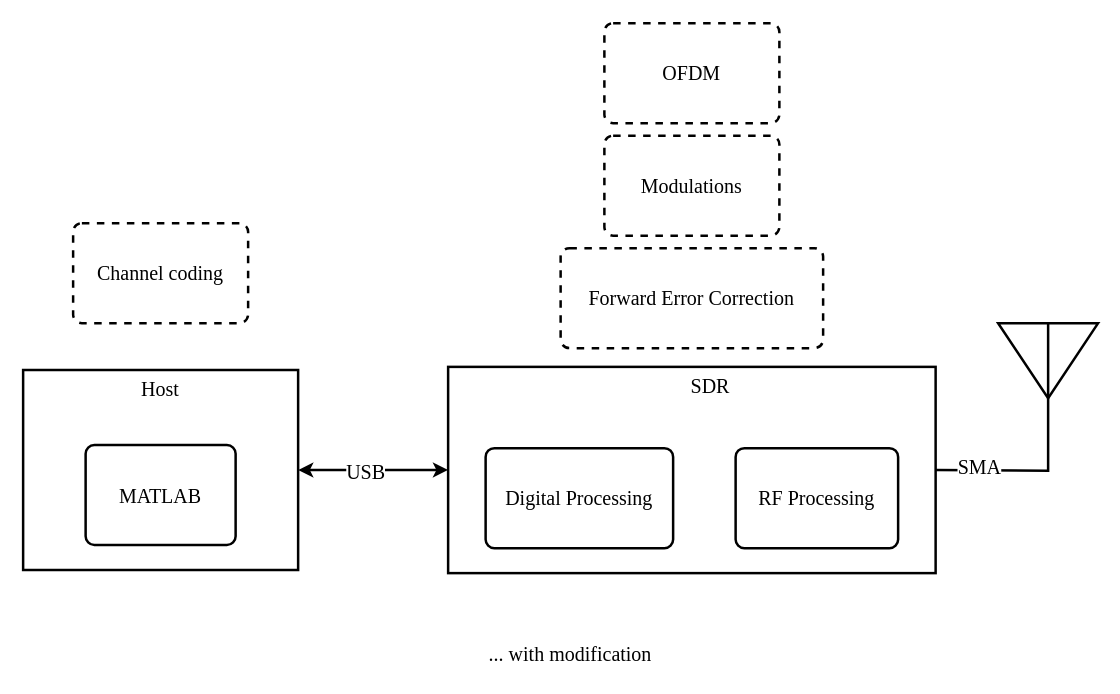
Before: page "Scheme" (4 of 5) of mod.drawio in troders34/research, a draw.io diagram. Source tidied: cells renumbered, new cells numbered last; positions are measured from the earlier drawing's top-left corner, leaving out a move shared by most shapes. Both pictures are drawn from the tidied source at 125%, with x=0, y=0 at pixel (22, 22).
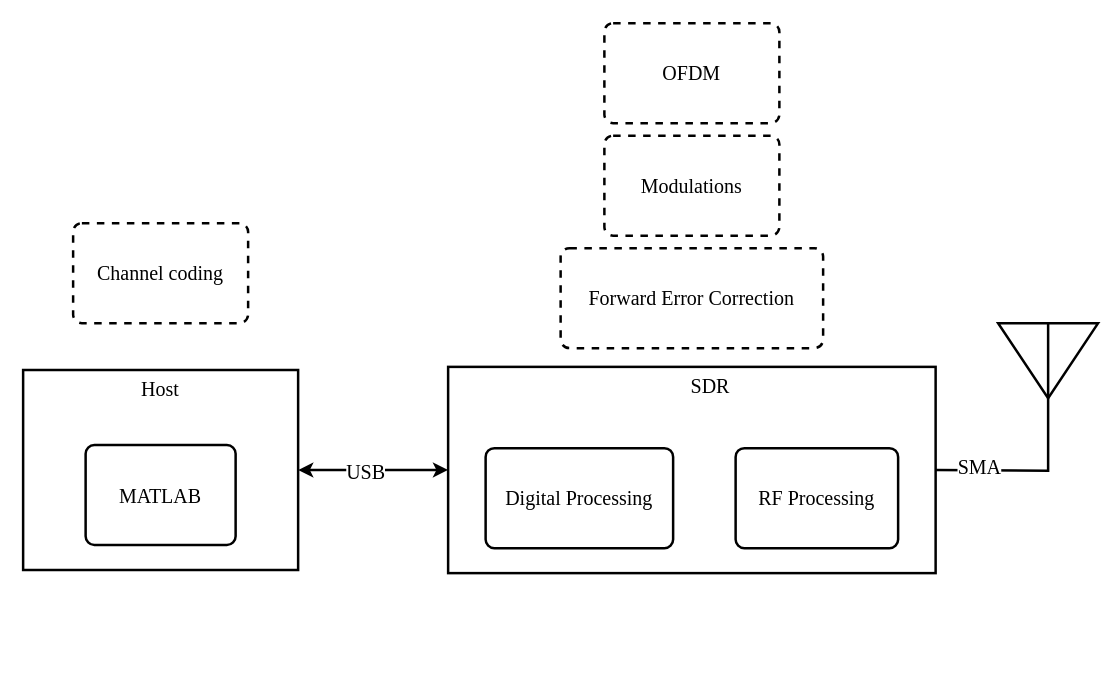
The same diagram, later.

The edit, as a diff of the source:
```diff
@@
-    <mxCell id="10" value="... with modification&amp;nbsp;" style="text;html=1;align=center;verticalAlign=middle;whiteSpace=wrap;rounded=0;fontFamily=Times New Roman;fontSize=16;" parent="1" vertex="1">
-      <mxGeometry x="290" y="490" width="300" height="30" as="geometry" />
-    </mxCell>
```
